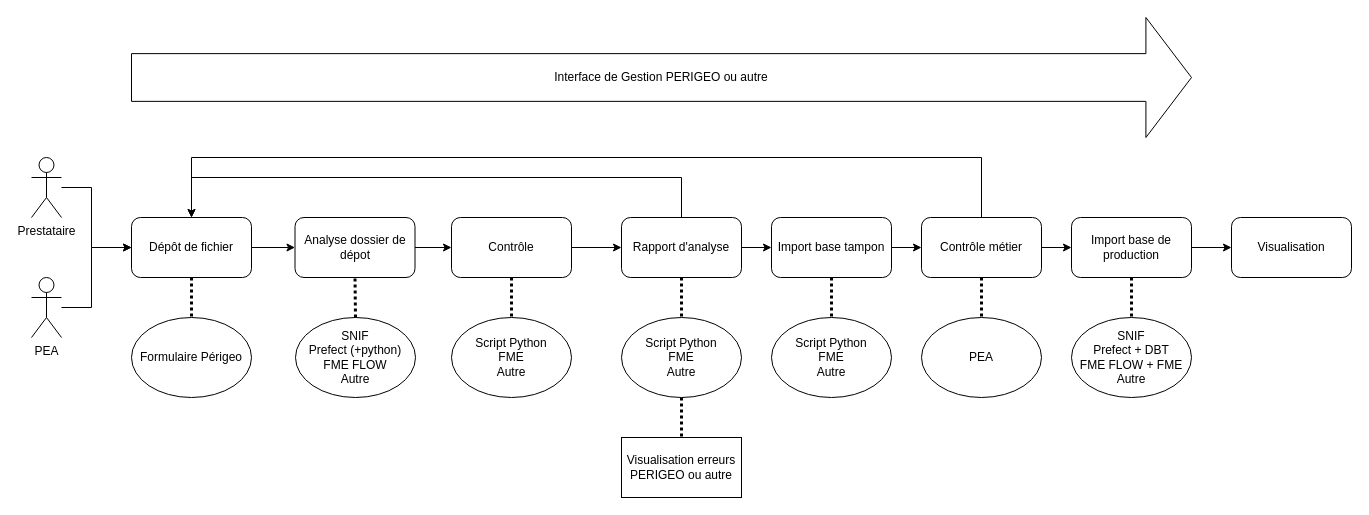
The draw.io diagram outil_contrôle.drawio in eprouteau/perigeo, before the edit. Source tidied: cells renumbered, new cells numbered last; positions are measured from the earlier drawing's top-left corner, leaving out a move shared by most shapes. Both pictures are drawn from the tidied source at 100%, with x=0, y=0 at pixel (31, 17).
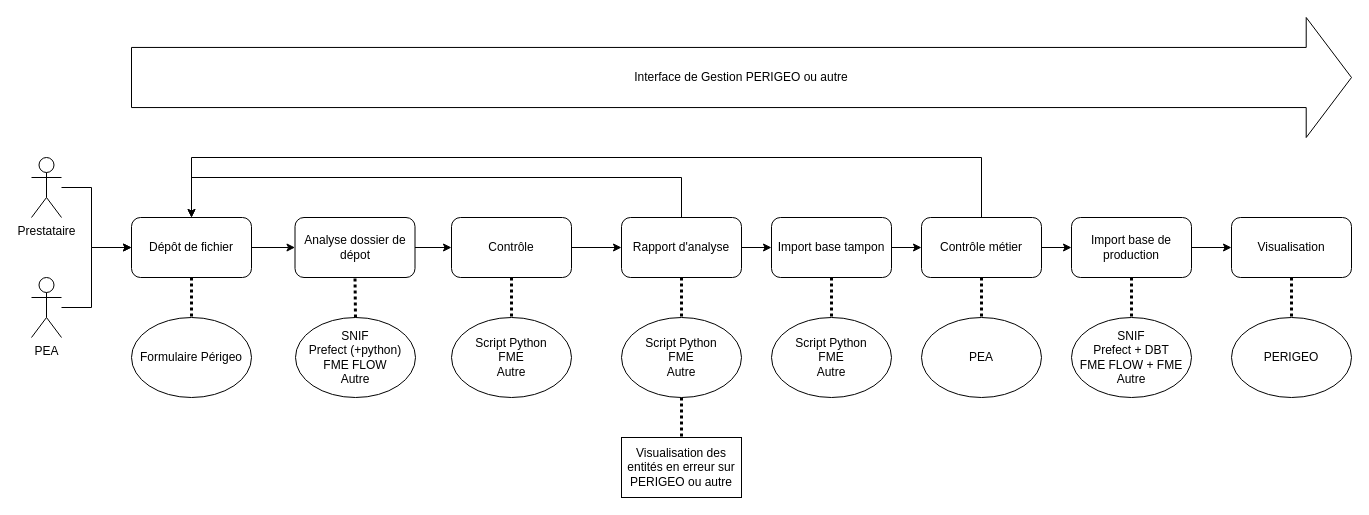
The same page after the edit.

Commit message (it also covers changes not shown here):
Mettre à jour outil_contrôle.drawio

The change refers to these unchanged cells:
```xml
<mxCell id="38" value="Visualisation" style="rounded=1;whiteSpace=wrap;html=1;" parent="1" vertex="1">
  <mxGeometry x="1200" y="200" width="120" height="60" as="geometry" />
</mxCell>
```

Change to the diagram source:
```diff
@@
-    <mxCell id="36" value="Interface de Gestion PERIGEO ou autre" style="shape=singleArrow;whiteSpace=wrap;html=1;arrowWidth=0.397619047619051;arrowSize=0.04301075268817204;" parent="1" vertex="1">
-      <mxGeometry x="100" width="1060" height="120" as="geometry" />
+    <mxCell id="36" value="Interface de Gestion PERIGEO ou autre" style="shape=singleArrow;whiteSpace=wrap;html=1;arrowWidth=0.5009803921568612;arrowSize=0.03712632594021212;" parent="1" vertex="1">
+      <mxGeometry x="100" width="1220" height="120" as="geometry" />
     </mxCell>
@@
+    <mxCell id="40" style="edgeStyle=orthogonalEdgeStyle;rounded=0;jettySize=auto;html=1;exitX=0.5;exitY=1;exitDx=0;exitDy=0;dashed=1;dashPattern=1 1;strokeColor=default;strokeWidth=3;align=center;verticalAlign=middle;fontFamily=Helvetica;fontSize=11;fontColor=default;labelBackgroundColor=default;startFill=0;endArrow=none;" parent="1" edge="1" source="38" target="41">
+      <mxGeometry relative="1" as="geometry" />
+    </mxCell>
@@
-    <mxCell id="39" value="Visualisation erreurs PERIGEO ou autre" style="rounded=0;whiteSpace=wrap;html=1;" parent="1" vertex="1">
+    <mxCell id="39" value="Visualisation des entités en erreur sur PERIGEO ou autre" style="rounded=0;whiteSpace=wrap;html=1;" parent="1" vertex="1">
       <mxGeometry x="590" y="420" width="120" height="60" as="geometry" />
     </mxCell>
+    <mxCell id="41" value="&lt;div&gt;PERIGEO&lt;/div&gt;" style="ellipse;whiteSpace=wrap;html=1;" parent="1" vertex="1">
+      <mxGeometry x="1200" y="300" width="120" height="80" as="geometry" />
+    </mxCell>
```
